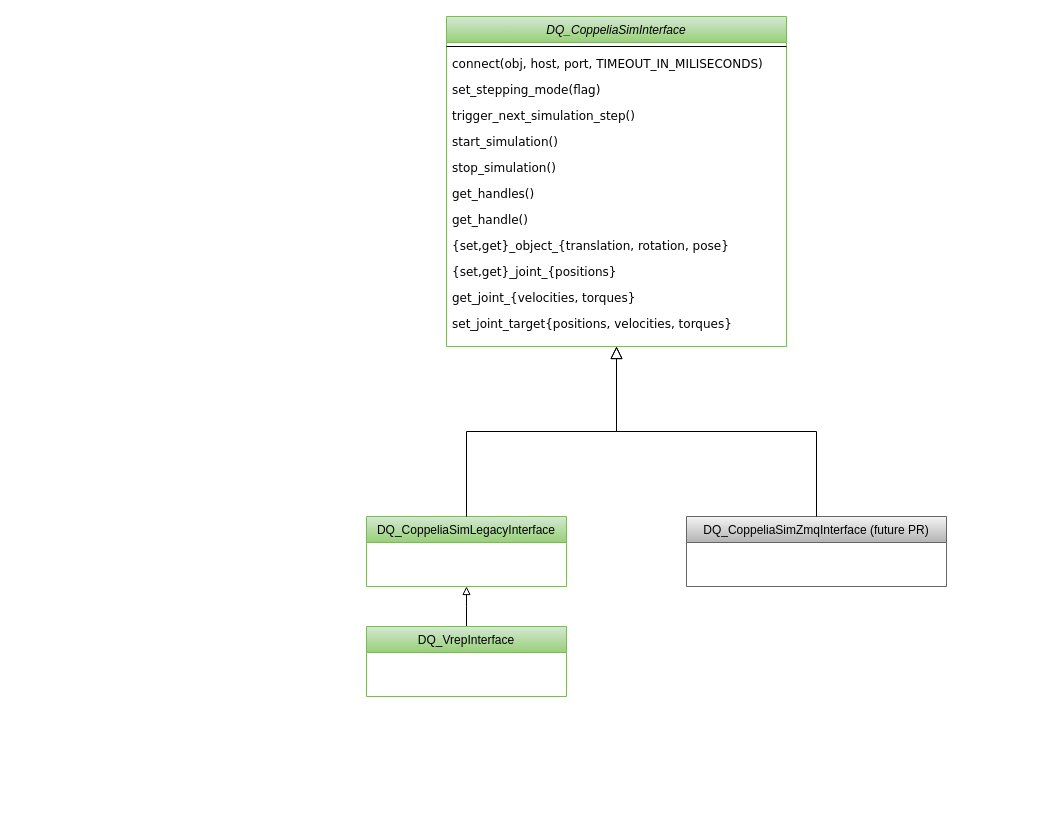
This is DQ_CoppeliaSimInterface.drawio from juanjqo/draw_io_diagrams_test, a draw.io file, before an edit. Source tidied: cells renumbered, new cells numbered last; positions are measured from the earlier drawing's top-left corner, leaving out a move shared by most shapes. Both pictures are drawn from the tidied source at 100%, with x=0, y=0 at pixel (366, 16).
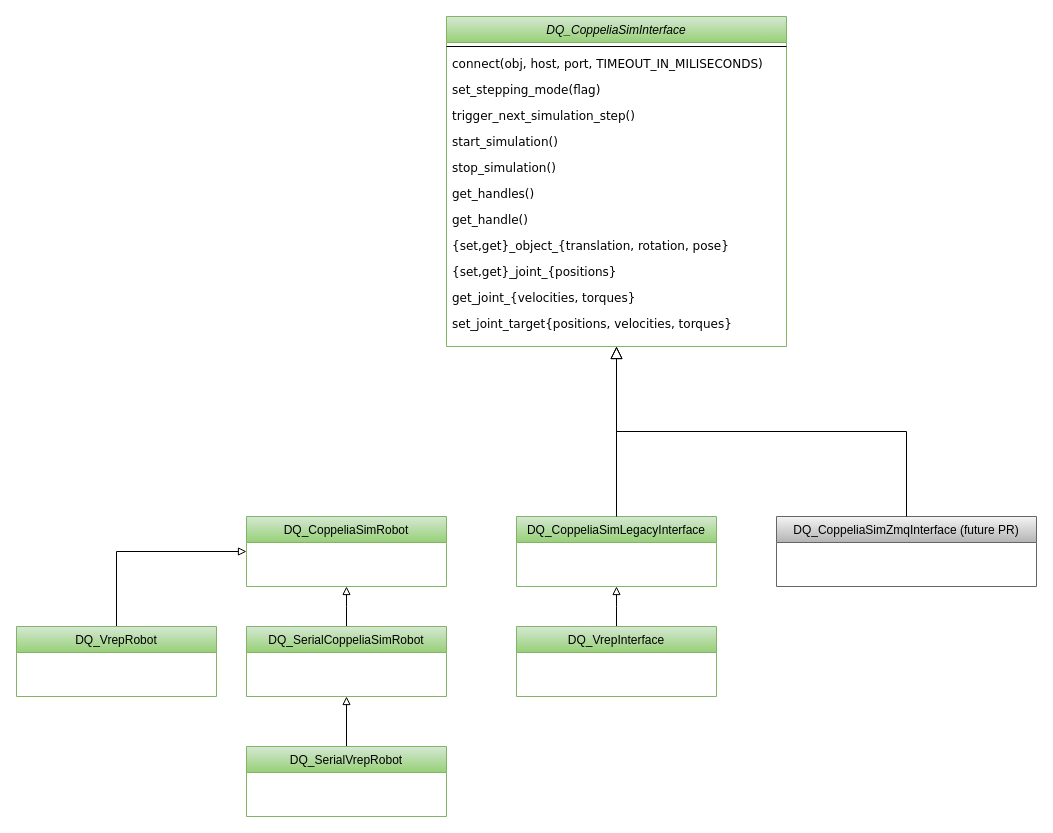
Above is the later version.

Diff of the diagram source:
```diff
@@
     <mxCell id="15" value="DQ_CoppeliaSimLegacyInterface&#10;" style="swimlane;fontStyle=0;align=center;verticalAlign=top;horizontal=1;startSize=26;rounded=0;shadow=0;strokeWidth=1;fillColor=#d5e8d4;gradientColor=#97d077;strokeColor=#82b366;" parent="1" vertex="1">
-      <mxGeometry y="500" width="200" height="70" as="geometry" />
+      <mxGeometry x="150" y="500" width="200" height="70" as="geometry" />
     </mxCell>
@@
     <mxCell id="17" value="DQ_CoppeliaSimZmqInterface (future PR)" style="swimlane;fontStyle=0;align=center;verticalAlign=top;horizontal=1;startSize=26;rounded=0;shadow=0;strokeWidth=1;fillColor=#f5f5f5;strokeColor=#666666;gradientColor=#b3b3b3;" parent="1" vertex="1">
-      <mxGeometry x="320" y="500" width="260" height="70" as="geometry" />
+      <mxGeometry x="410" y="500" width="260" height="70" as="geometry" />
     </mxCell>
@@
     <mxCell id="19" style="edgeStyle=orthogonalEdgeStyle;rounded=0;jettySize=auto;html=1;endArrow=block;endFill=0;" parent="1" edge="1" source="20">
       <mxGeometry relative="1" as="geometry">
-        <mxPoint x="100" y="570" as="targetPoint" />
+        <mxPoint x="250" y="570" as="targetPoint" />
       </mxGeometry>
     </mxCell>
     <mxCell id="20" value="DQ_VrepInterface&#10;" style="swimlane;fontStyle=0;align=center;verticalAlign=top;horizontal=1;startSize=26;rounded=0;shadow=0;strokeWidth=1;fillColor=#d5e8d4;gradientColor=#97d077;strokeColor=#82b366;" parent="1" vertex="1">
-      <mxGeometry y="610" width="200" height="70" as="geometry" />
+      <mxGeometry x="150" y="610" width="200" height="70" as="geometry" />
     </mxCell>
+    <mxCell id="21" value="DQ_CoppeliaSimRobot&#10;" style="swimlane;fontStyle=0;align=center;verticalAlign=top;horizontal=1;startSize=26;rounded=0;shadow=0;strokeWidth=1;fillColor=#d5e8d4;gradientColor=#97d077;strokeColor=#82b366;" parent="1" vertex="1">
+      <mxGeometry x="-120" y="500" width="200" height="70" as="geometry" />
+    </mxCell>
+    <mxCell id="22" style="edgeStyle=orthogonalEdgeStyle;rounded=0;jettySize=auto;html=1;endArrow=block;endFill=0;" parent="1" edge="1" source="23">
+      <mxGeometry relative="1" as="geometry">
+        <mxPoint x="-20" y="570" as="targetPoint" />
+      </mxGeometry>
+    </mxCell>
+    <mxCell id="23" value="DQ_SerialCoppeliaSimRobot&#10;" style="swimlane;fontStyle=0;align=center;verticalAlign=top;horizontal=1;startSize=26;rounded=0;shadow=0;strokeWidth=1;fillColor=#d5e8d4;gradientColor=#97d077;strokeColor=#82b366;" parent="1" vertex="1">
+      <mxGeometry x="-120" y="610" width="200" height="70" as="geometry" />
+    </mxCell>
+    <mxCell id="24" style="edgeStyle=orthogonalEdgeStyle;rounded=0;jettySize=auto;html=1;exitX=0.5;exitY=0;exitDx=0;exitDy=0;entryX=0;entryY=0.5;entryDx=0;entryDy=0;endArrow=block;endFill=0;" parent="1" edge="1" source="25" target="21">
+      <mxGeometry relative="1" as="geometry" />
+    </mxCell>
+    <mxCell id="25" value="DQ_VrepRobot&#10;&#10;" style="swimlane;fontStyle=0;align=center;verticalAlign=top;horizontal=1;startSize=26;rounded=0;shadow=0;strokeWidth=1;fillColor=#d5e8d4;gradientColor=#97d077;strokeColor=#82b366;" parent="1" vertex="1">
+      <mxGeometry x="-350" y="610" width="200" height="70" as="geometry" />
+    </mxCell>
+    <mxCell id="26" style="edgeStyle=orthogonalEdgeStyle;rounded=0;jettySize=auto;html=1;exitX=0.5;exitY=0;exitDx=0;exitDy=0;entryX=0.5;entryY=1;entryDx=0;entryDy=0;endArrow=block;endFill=0;" parent="1" edge="1" source="27" target="23">
+      <mxGeometry relative="1" as="geometry" />
+    </mxCell>
+    <mxCell id="27" value="DQ_SerialVrepRobot&#10;&#10;" style="swimlane;fontStyle=0;align=center;verticalAlign=top;horizontal=1;startSize=26;rounded=0;shadow=0;strokeWidth=1;fillColor=#d5e8d4;gradientColor=#97d077;strokeColor=#82b366;" parent="1" vertex="1">
+      <mxGeometry x="-120" y="730" width="200" height="70" as="geometry" />
+    </mxCell>
```
